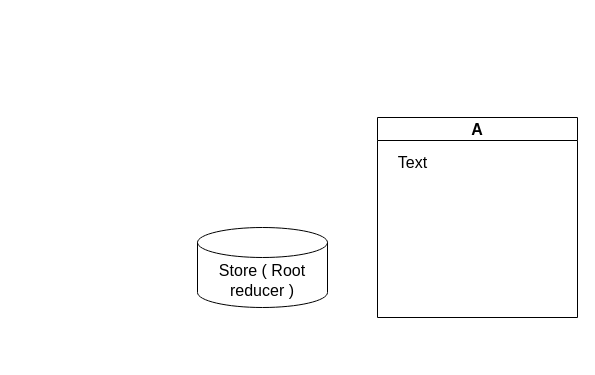
Before: ReduxHome.drawio in Blanknaja/ReduxHome, a draw.io diagram. Source tidied: cells renumbered, new cells numbered last; positions are measured from the earlier drawing's top-left corner, leaving out a move shared by most shapes. Both pictures are drawn from the tidied source at 100%, with x=0, y=0 at pixel (197, 117).
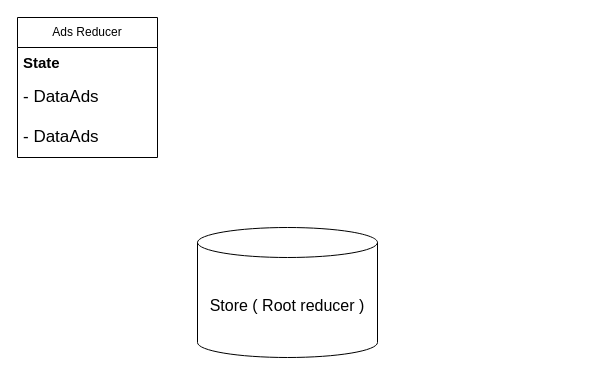
Above is the later version.

Change to the diagram source:
```diff
@@
 <mxGraphModel>
   <root>
     <mxCell id="0" />
     <mxCell id="1" parent="0" />
     <mxCell id="2" value="Store ( Root reducer )" style="shape=cylinder3;whiteSpace=wrap;html=1;boundedLbl=1;backgroundOutline=1;size=15;fontSize=16;" parent="1" vertex="1">
-      <mxGeometry y="110" width="130" height="80" as="geometry" />
+      <mxGeometry y="110" width="180" height="130" as="geometry" />
     </mxCell>
-    <mxCell id="3" value="A" style="swimlane;whiteSpace=wrap;html=1;fontSize=16;" parent="1" vertex="1">
-      <mxGeometry x="180" width="200" height="200" as="geometry" />
-    </mxCell>
-    <mxCell id="4" value="Text" style="text;html=1;align=center;verticalAlign=middle;strokeColor=none;fillColor=none;fontSize=16;" parent="3" vertex="1">
-      <mxGeometry x="10" y="30" width="50" height="30" as="geometry" />
-    </mxCell>
+    <mxCell id="5" value="Ads Reducer" style="swimlane;fontStyle=0;horizontal=1;startSize=30;whiteSpace=wrap;html=1;" parent="1" vertex="1">
+      <mxGeometry x="-180" y="-100" width="140" height="140" as="geometry" />
+    </mxCell>
+    <mxCell id="6" value="&lt;b&gt;&lt;font style=&quot;font-size: 15px;&quot;&gt;State&lt;/font&gt;&lt;/b&gt;" style="text;strokeColor=none;fillColor=none;align=left;verticalAlign=middle;spacingLeft=4;spacingRight=4;overflow=hidden;whiteSpace=wrap;html=1;" parent="5" vertex="1">
+      <mxGeometry y="30" width="140" height="30" as="geometry" />
+    </mxCell>
+    <mxCell id="7" value="&lt;font style=&quot;font-size: 17px;&quot;&gt;- DataAds&lt;/font&gt;" style="text;strokeColor=none;fillColor=none;align=left;verticalAlign=middle;spacingLeft=4;spacingRight=4;overflow=hidden;whiteSpace=wrap;html=1;" parent="5" vertex="1">
+      <mxGeometry y="60" width="140" height="40" as="geometry" />
+    </mxCell>
+    <mxCell id="8" value="&lt;font style=&quot;font-size: 17px;&quot;&gt;- DataAds&lt;/font&gt;" style="text;strokeColor=none;fillColor=none;align=left;verticalAlign=middle;spacingLeft=4;spacingRight=4;overflow=hidden;whiteSpace=wrap;html=1;" parent="5" vertex="1">
+      <mxGeometry y="100" width="140" height="40" as="geometry" />
+    </mxCell>
   </root>
 </mxGraphModel>
```
